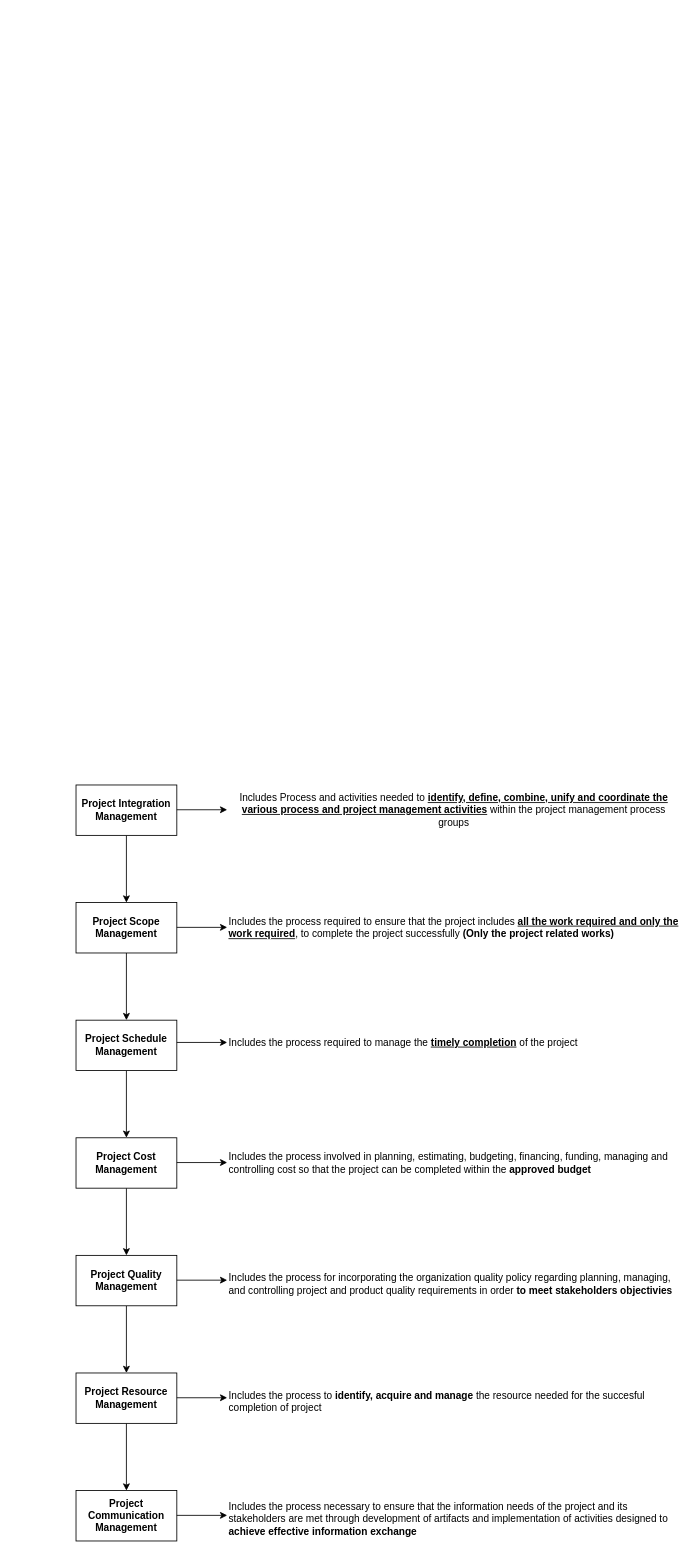
Above: Untitled Diagram.drawio in ShyamkJ/new (draw.io), before the change. Source tidied: cells renumbered, new cells numbered last; positions are measured from the earlier drawing's top-left corner, leaving out a move shared by most shapes. Both pictures are drawn from the tidied source at 84%, with x=0, y=0 at pixel (76, 785).
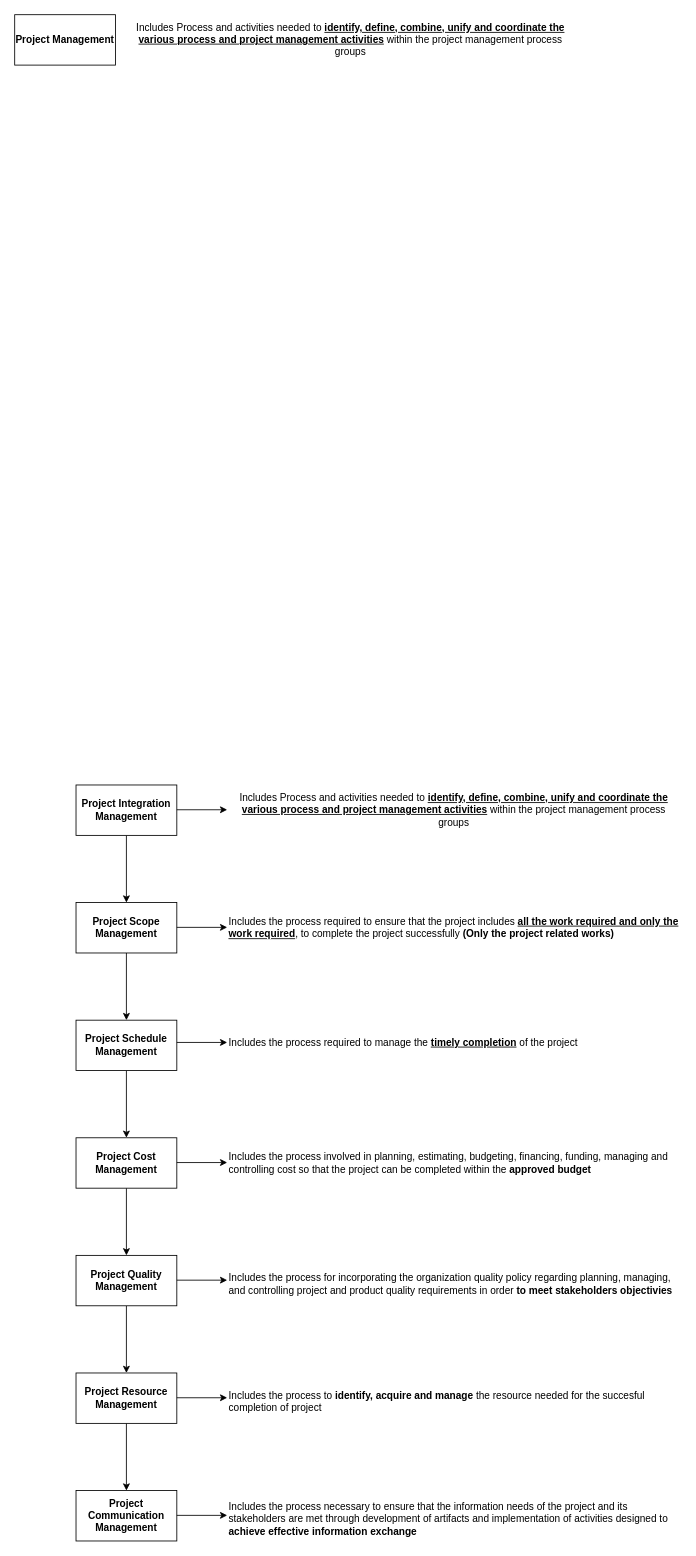
The same page after the edit.

Diff of the diagram source:
```diff
@@
+    <mxCell id="29" value="Project Management" style="rounded=0;whiteSpace=wrap;html=1;fontStyle=1;" parent="1" vertex="1">
+      <mxGeometry x="-73" y="-917" width="120" height="60" as="geometry" />
+    </mxCell>
+    <mxCell id="30" value="Includes Process and activities needed to &lt;b&gt;&lt;u&gt;identify, define, combine, unify and coordinate the various process and project management activities&lt;/u&gt;&lt;/b&gt; within the project management process groups" style="text;html=1;align=center;verticalAlign=middle;whiteSpace=wrap;rounded=0;" parent="1" vertex="1">
+      <mxGeometry x="57" y="-902" width="540" height="30" as="geometry" />
+    </mxCell>
```
